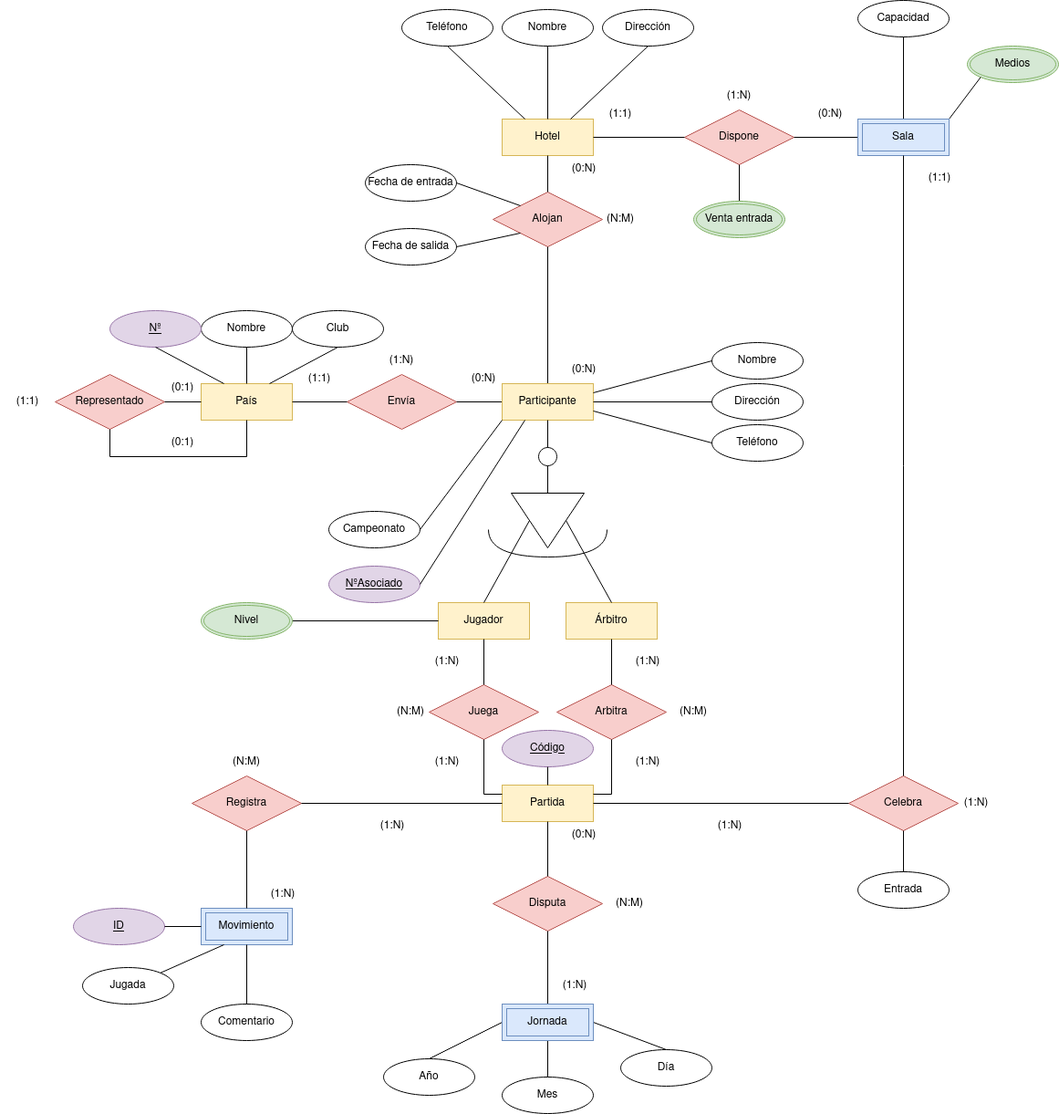
Above: TAREAS/Tareas clase/ER/ER.nº9 Campeonato del mundo ajedrez.drawio.png in samugd17/base-datos-bae- (draw.io), before the change. Source tidied: cells renumbered, new cells last; positions are measured from the earlier drawing's top-left corner, leaving out a move shared by most shapes.
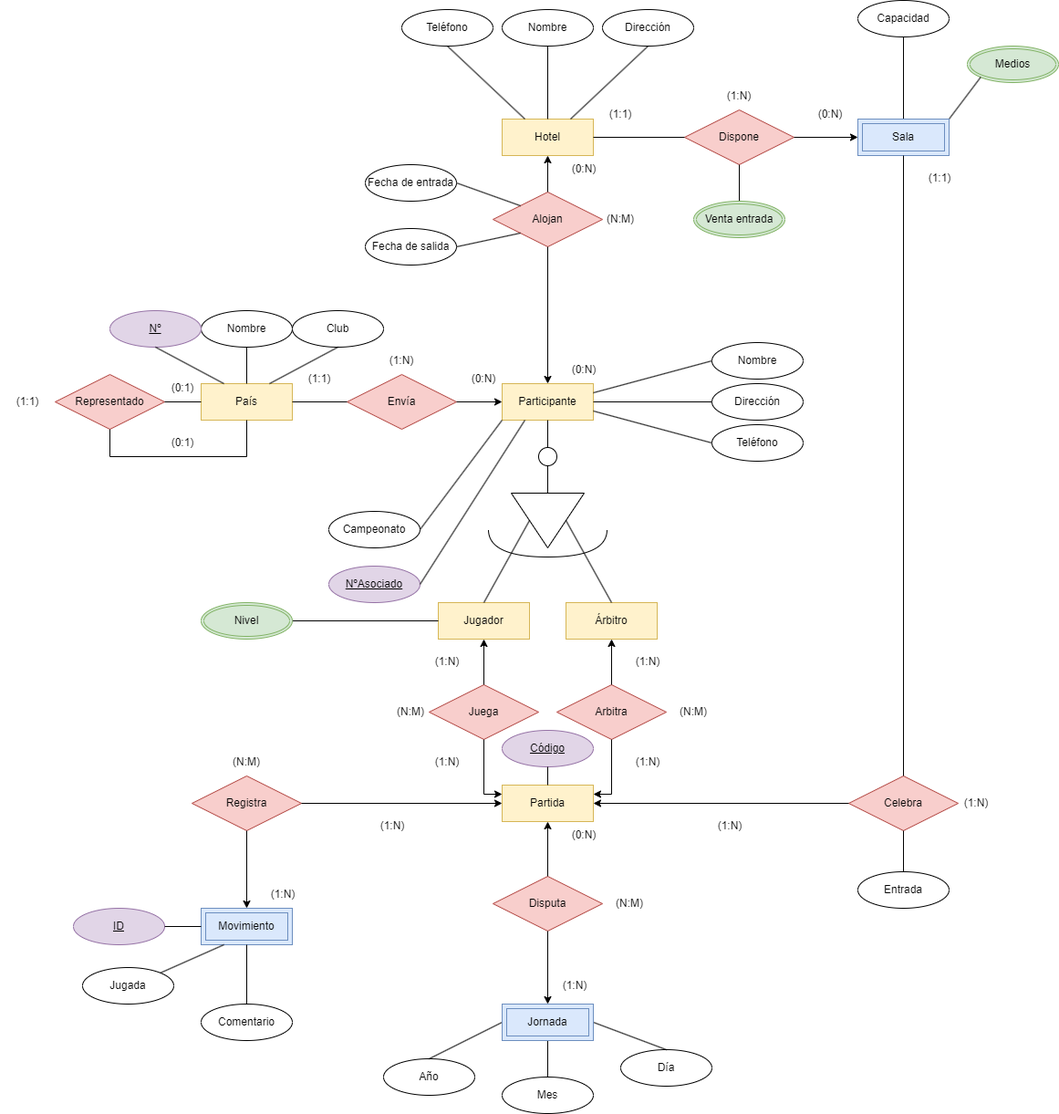
After the change.

Change to the diagram source:
```diff
@@ -49,24 +49,24 @@
     <mxCell id="15" style="endArrow=none;html=1;rounded=0;entryX=0.5;entryY=0;entryDx=0;entryDy=0;exitX=0.5;exitY=1;exitDx=0;exitDy=0;" parent="1" edge="1" source="8" target="2">
       <mxGeometry relative="1" as="geometry" />
     </mxCell>
-    <mxCell id="16" style="endArrow=none;html=1;rounded=0;entryX=1;entryY=0.5;entryDx=0;entryDy=0;exitX=0;exitY=0.5;exitDx=0;exitDy=0;" parent="1" edge="1" source="23" target="7">
+    <mxCell id="16" style="endArrow=none;html=1;rounded=0;entryX=1;entryY=0.5;entryDx=0;entryDy=0;exitX=0;exitY=0.5;exitDx=0;exitDy=0;startArrow=classic;startFill=1;" parent="1" edge="1" source="23" target="7">
       <mxGeometry relative="1" as="geometry" />
     </mxCell>
-    <mxCell id="17" style="endArrow=none;html=1;rounded=0;entryX=0.5;entryY=1;entryDx=0;entryDy=0;exitX=0.5;exitY=0;exitDx=0;exitDy=0;" parent="1" edge="1" source="23" target="11">
+    <mxCell id="17" style="endArrow=none;html=1;rounded=0;entryX=0.5;entryY=1;entryDx=0;entryDy=0;exitX=0.5;exitY=0;exitDx=0;exitDy=0;startArrow=classic;startFill=1;" parent="1" edge="1" source="23" target="11">
       <mxGeometry relative="1" as="geometry" />
     </mxCell>
-    <mxCell id="18" style="endArrow=none;html=1;rounded=0;exitX=0.5;exitY=1;exitDx=0;exitDy=0;entryX=0.5;entryY=0;entryDx=0;entryDy=0;" parent="1" edge="1" source="6" target="11">
+    <mxCell id="18" style="endArrow=none;html=1;rounded=0;exitX=0.5;exitY=1;exitDx=0;exitDy=0;entryX=0.5;entryY=0;entryDx=0;entryDy=0;startArrow=classic;startFill=1;" parent="1" edge="1" source="6" target="11">
       <mxGeometry relative="1" as="geometry" />
     </mxCell>
     <mxCell id="19" style="endArrow=none;html=1;rounded=0;entryX=0;entryY=0.5;entryDx=0;entryDy=0;exitX=1;exitY=0.5;exitDx=0;exitDy=0;" parent="1" edge="1" source="4" target="7">
       <mxGeometry relative="1" as="geometry" />
     </mxCell>
-    <mxCell id="20" style="endArrow=none;html=1;rounded=0;exitX=1;exitY=0.5;exitDx=0;exitDy=0;entryX=0;entryY=0.5;entryDx=0;entryDy=0;" parent="1" edge="1" source="12">
+    <mxCell id="20" style="endArrow=classic;html=1;rounded=0;exitX=1;exitY=0.5;exitDx=0;exitDy=0;entryX=0;entryY=0.5;entryDx=0;entryDy=0;endFill=1;" parent="1" edge="1" source="12">
       <mxGeometry relative="1" as="geometry">
         <mxPoint x="940" y="150" as="targetPoint" />
       </mxGeometry>
     </mxCell>
-    <mxCell id="21" style="endArrow=none;html=1;rounded=0;entryX=0.5;entryY=1;entryDx=0;entryDy=0;exitX=0.5;exitY=0;exitDx=0;exitDy=0;" parent="1" edge="1" source="76" target="13">
+    <mxCell id="21" style="endArrow=none;html=1;rounded=0;entryX=0.5;entryY=1;entryDx=0;entryDy=0;exitX=0.5;exitY=0;exitDx=0;exitDy=0;endFill=0;startArrow=classic;startFill=1;" parent="1" edge="1" source="76" target="13">
       <mxGeometry relative="1" as="geometry" />
     </mxCell>
     <mxCell id="22" style="shape=requiredInterface;html=1;verticalLabelPosition=bottom;sketch=0;rotation=90;" parent="1" vertex="1">
@@ -177,7 +177,7 @@
     <mxCell id="57" value="Movimiento" style="shape=ext;margin=3;double=1;whiteSpace=wrap;html=1;align=center;fillColor=#dae8fc;strokeColor=#6c8ebf;" parent="1" vertex="1">
       <mxGeometry x="220" y="995" width="100" height="40" as="geometry" />
     </mxCell>
-    <mxCell id="58" style="endArrow=none;html=1;rounded=0;exitX=0.5;exitY=0;exitDx=0;exitDy=0;entryX=0.5;entryY=1;entryDx=0;entryDy=0;" parent="1" edge="1" source="57" target="56">
+    <mxCell id="58" style="endArrow=none;html=1;rounded=0;exitX=0.5;exitY=0;exitDx=0;exitDy=0;entryX=0.5;entryY=1;entryDx=0;entryDy=0;startArrow=classic;startFill=1;" parent="1" edge="1" source="57" target="56">
       <mxGeometry relative="1" as="geometry" />
     </mxCell>
     <mxCell id="59" value="ID" style="ellipse;whiteSpace=wrap;html=1;align=center;fontStyle=4;fillColor=#e1d5e7;strokeColor=#9673a6;" parent="1" vertex="1">
@@ -240,20 +240,20 @@
     <mxCell id="78" value="Arbitra" style="shape=rhombus;perimeter=rhombusPerimeter;whiteSpace=wrap;html=1;align=center;fillColor=#f8cecc;strokeColor=#b85450;" parent="1" vertex="1">
       <mxGeometry x="610" y="750" width="120" height="60" as="geometry" />
     </mxCell>
-    <mxCell id="79" style="endArrow=none;html=1;rounded=0;exitX=0.5;exitY=0;exitDx=0;exitDy=0;entryX=0.5;entryY=1;entryDx=0;entryDy=0;" parent="1" edge="1" source="78" target="3">
+    <mxCell id="79" style="endArrow=classic;html=1;rounded=0;exitX=0.5;exitY=0;exitDx=0;exitDy=0;entryX=0.5;entryY=1;entryDx=0;entryDy=0;startArrow=none;startFill=0;endFill=1;" parent="1" edge="1" source="78" target="3">
       <mxGeometry relative="1" as="geometry" />
     </mxCell>
-    <mxCell id="80" style="endArrow=none;html=1;rounded=0;exitX=0.5;exitY=0;exitDx=0;exitDy=0;entryX=0.5;entryY=1;entryDx=0;entryDy=0;" parent="1" edge="1" source="77" target="2">
+    <mxCell id="80" style="endArrow=classic;html=1;rounded=0;exitX=0.5;exitY=0;exitDx=0;exitDy=0;entryX=0.5;entryY=1;entryDx=0;entryDy=0;endFill=1;" parent="1" edge="1" source="77" target="2">
       <mxGeometry relative="1" as="geometry" />
     </mxCell>
-    <mxCell id="81" style="endArrow=none;html=1;rounded=0;entryX=0.5;entryY=1;entryDx=0;entryDy=0;exitX=1;exitY=0.25;exitDx=0;exitDy=0;" parent="1" edge="1" source="5" target="78">
+    <mxCell id="81" style="endArrow=none;html=1;rounded=0;entryX=0.5;entryY=1;entryDx=0;entryDy=0;exitX=1;exitY=0.25;exitDx=0;exitDy=0;endFill=0;startArrow=classic;startFill=1;" parent="1" edge="1" source="5" target="78">
       <mxGeometry relative="1" as="geometry">
         <Array as="points">
           <mxPoint x="670" y="870" />
         </Array>
       </mxGeometry>
     </mxCell>
-    <mxCell id="82" style="endArrow=none;html=1;rounded=0;entryX=0.5;entryY=1;entryDx=0;entryDy=0;exitX=0;exitY=0.25;exitDx=0;exitDy=0;" parent="1" edge="1" source="5" target="77">
+    <mxCell id="82" style="endArrow=none;html=1;rounded=0;entryX=0.5;entryY=1;entryDx=0;entryDy=0;exitX=0;exitY=0.25;exitDx=0;exitDy=0;startArrow=classic;startFill=1;" parent="1" edge="1" source="5" target="77">
       <mxGeometry relative="1" as="geometry">
         <Array as="points">
           <mxPoint x="530" y="870" />
@@ -263,19 +263,19 @@
     <mxCell id="83" style="endArrow=none;html=1;rounded=0;exitX=1;exitY=0.5;exitDx=0;exitDy=0;entryX=0;entryY=0.5;entryDx=0;entryDy=0;" parent="1" edge="1" source="6" target="12">
       <mxGeometry relative="1" as="geometry" />
     </mxCell>
-    <mxCell id="84" style="endArrow=none;html=1;rounded=0;exitX=0.5;exitY=0;exitDx=0;exitDy=0;entryX=0.5;entryY=1;entryDx=0;entryDy=0;" parent="1" edge="1" source="13" target="5">
+    <mxCell id="84" style="endArrow=classic;html=1;rounded=0;exitX=0.5;exitY=0;exitDx=0;exitDy=0;entryX=0.5;entryY=1;entryDx=0;entryDy=0;endFill=1;" parent="1" edge="1" source="13" target="5">
       <mxGeometry relative="1" as="geometry" />
     </mxCell>
     <mxCell id="85" value="Celebra" style="shape=rhombus;perimeter=rhombusPerimeter;whiteSpace=wrap;html=1;align=center;fillColor=#f8cecc;strokeColor=#b85450;" parent="1" vertex="1">
       <mxGeometry x="930" y="850" width="120" height="60" as="geometry" />
     </mxCell>
-    <mxCell id="86" style="endArrow=none;html=1;rounded=0;exitX=0;exitY=0.5;exitDx=0;exitDy=0;entryX=1;entryY=0.5;entryDx=0;entryDy=0;" parent="1" edge="1" source="85" target="5">
+    <mxCell id="86" style="endArrow=classic;html=1;rounded=0;exitX=0;exitY=0.5;exitDx=0;exitDy=0;entryX=1;entryY=0.5;entryDx=0;entryDy=0;startArrow=none;startFill=0;endFill=1;" parent="1" edge="1" source="85" target="5">
       <mxGeometry relative="1" as="geometry" />
     </mxCell>
     <mxCell id="87" style="endArrow=none;html=1;rounded=0;exitX=0.5;exitY=0;exitDx=0;exitDy=0;entryX=0.5;entryY=1;entryDx=0;entryDy=0;" parent="1" edge="1" source="85" target="65">
       <mxGeometry relative="1" as="geometry" />
     </mxCell>
-    <mxCell id="88" style="endArrow=none;html=1;rounded=0;entryX=1;entryY=0.5;entryDx=0;entryDy=0;exitX=0;exitY=0.5;exitDx=0;exitDy=0;" parent="1" edge="1" source="5" target="56">
+    <mxCell id="88" style="endArrow=none;html=1;rounded=0;entryX=1;entryY=0.5;entryDx=0;entryDy=0;exitX=0;exitY=0.5;exitDx=0;exitDy=0;endFill=0;startArrow=classic;startFill=1;" parent="1" edge="1" source="5" target="56">
       <mxGeometry relative="1" as="geometry" />
     </mxCell>
     <mxCell id="89" value="Fecha de entrada" style="ellipse;whiteSpace=wrap;html=1;align=center;" parent="1" vertex="1">
```
